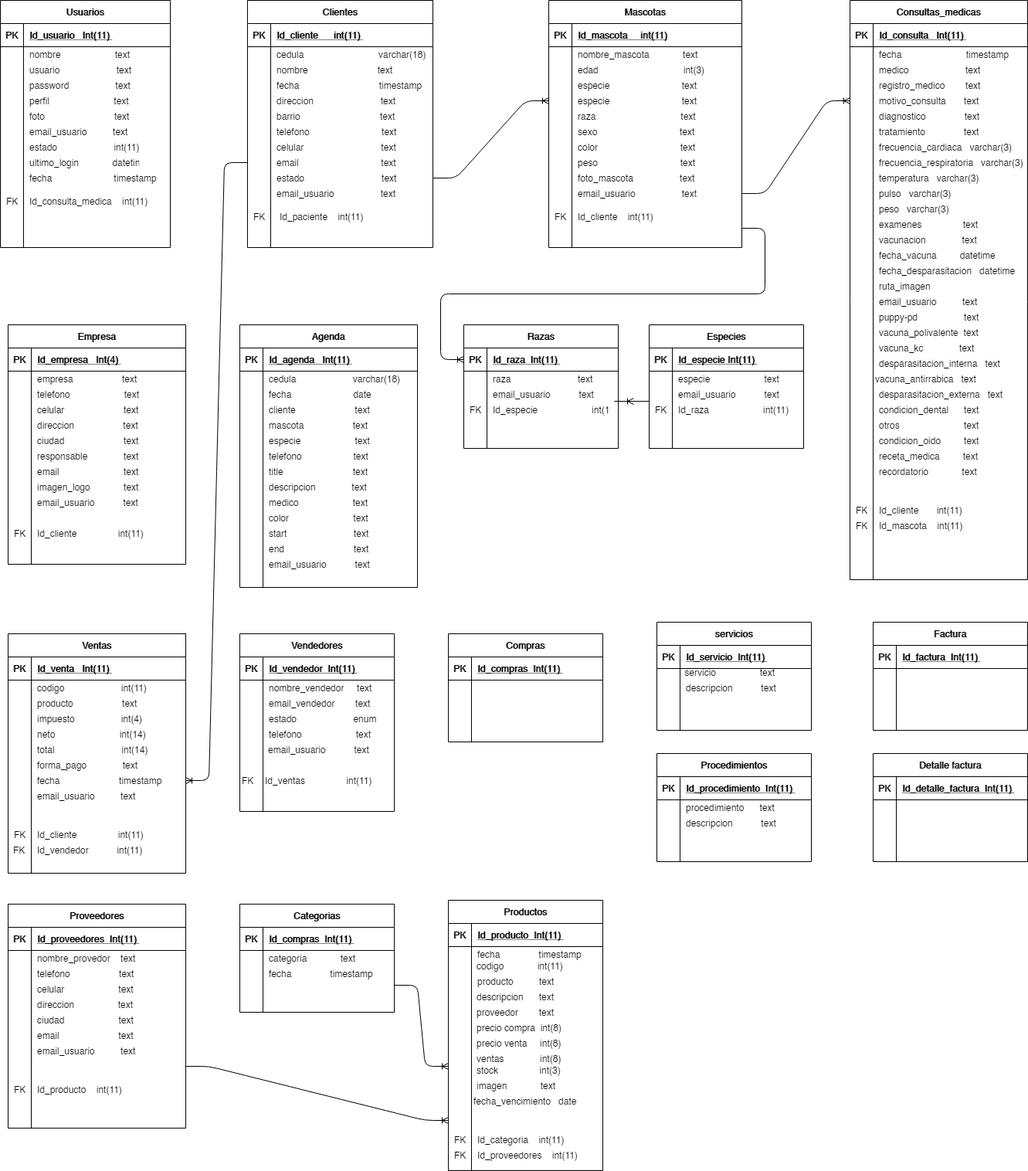
The draw.io diagram Untitled Diagram.png in heberthm/ejemplos-blog, before a commit. Source tidied: cells renumbered, new cells last; positions are measured from the earlier drawing's top-left corner, leaving out a move shared by most shapes.
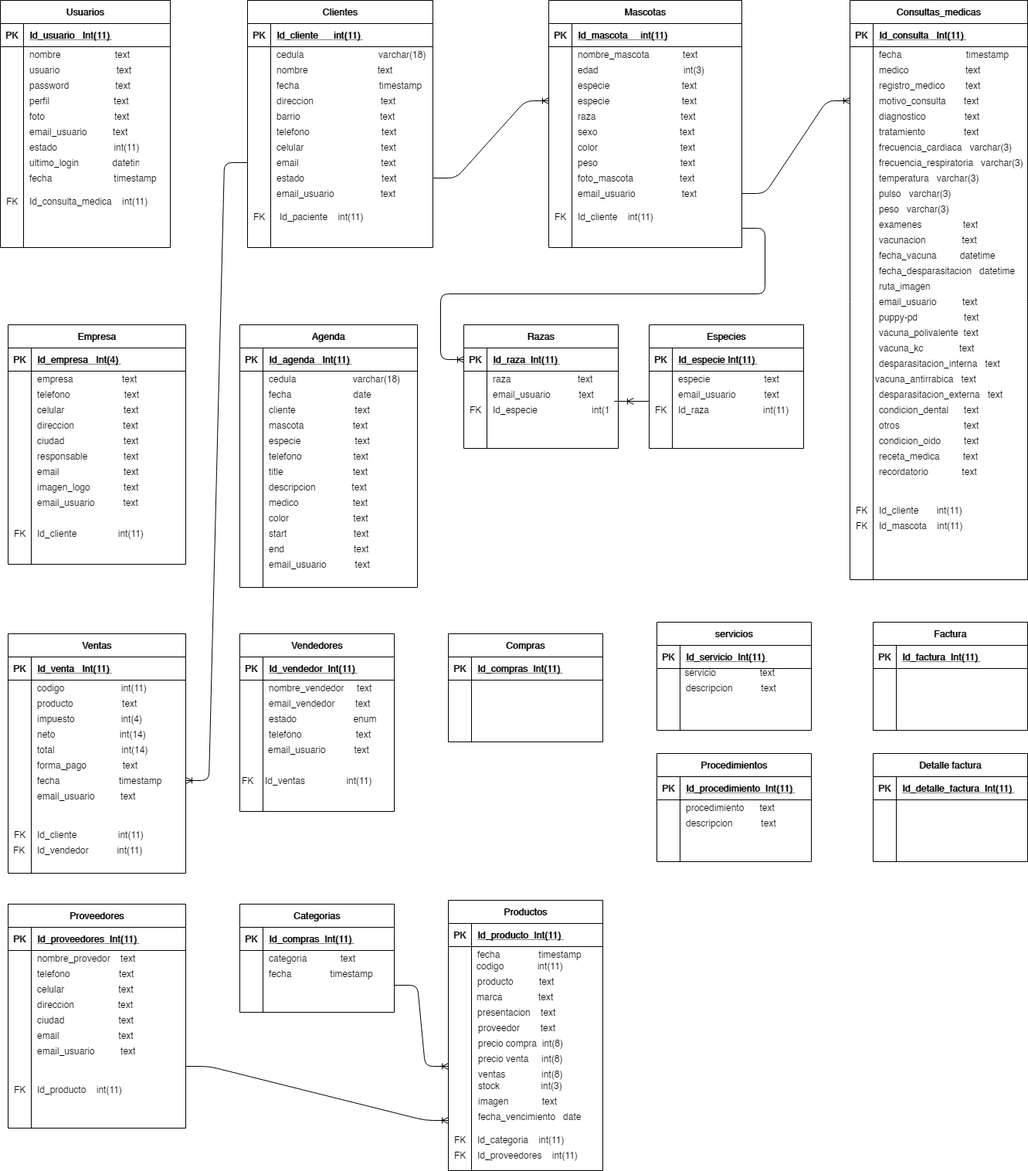
After the commit.

The edit, as a diff of the source:
```diff
@@ -997,32 +997,32 @@
     <mxCell id="331" value="codigo             int(11)" style="shape=partialRectangle;fillColor=none;top=0;left=0;bottom=0;right=0;align=left;spacingLeft=6;overflow=hidden;" parent="1" vertex="1">
       <mxGeometry x="609" y="1240" width="170" height="20" as="geometry" />
     </mxCell>
-    <mxCell id="332" value="descripcion      text" style="shape=partialRectangle;fillColor=none;top=0;left=0;bottom=0;right=0;align=left;spacingLeft=6;overflow=hidden;" parent="1" vertex="1">
+    <mxCell id="332" value="marca              text" style="shape=partialRectangle;fillColor=none;top=0;left=0;bottom=0;right=0;align=left;spacingLeft=6;overflow=hidden;" parent="1" vertex="1">
       <mxGeometry x="609" y="1280" width="170" height="20" as="geometry" />
     </mxCell>
     <mxCell id="333" value="proveedor        text" style="shape=partialRectangle;fillColor=none;top=0;left=0;bottom=0;right=0;align=left;spacingLeft=6;overflow=hidden;" parent="1" vertex="1">
-      <mxGeometry x="609" y="1300" width="170" height="20" as="geometry" />
+      <mxGeometry x="611" y="1320" width="170" height="20" as="geometry" />
     </mxCell>
     <mxCell id="334" value="precio compra  int(8)" style="shape=partialRectangle;fillColor=none;top=0;left=0;bottom=0;right=0;align=left;spacingLeft=6;overflow=hidden;" parent="1" vertex="1">
-      <mxGeometry x="609" y="1320" width="170" height="20" as="geometry" />
+      <mxGeometry x="611" y="1340" width="170" height="20" as="geometry" />
     </mxCell>
     <mxCell id="335" value="precio venta     int(8)" style="shape=partialRectangle;fillColor=none;top=0;left=0;bottom=0;right=0;align=left;spacingLeft=6;overflow=hidden;" parent="1" vertex="1">
-      <mxGeometry x="609" y="1340" width="170" height="20" as="geometry" />
+      <mxGeometry x="611" y="1360" width="170" height="20" as="geometry" />
     </mxCell>
     <mxCell id="336" value="producto          text" style="shape=partialRectangle;fillColor=none;top=0;left=0;bottom=0;right=0;align=left;spacingLeft=6;overflow=hidden;" parent="1" vertex="1">
       <mxGeometry x="610" y="1260" width="170" height="20" as="geometry" />
     </mxCell>
     <mxCell id="337" value="stock                int(3)" style="shape=partialRectangle;fillColor=none;top=0;left=0;bottom=0;right=0;align=left;spacingLeft=6;overflow=hidden;" parent="1" vertex="1">
-      <mxGeometry x="609" y="1375" width="170" height="20" as="geometry" />
+      <mxGeometry x="611" y="1395" width="170" height="20" as="geometry" />
     </mxCell>
     <mxCell id="338" value="imagen             text" style="shape=partialRectangle;fillColor=none;top=0;left=0;bottom=0;right=0;align=left;spacingLeft=6;overflow=hidden;" parent="1" vertex="1">
-      <mxGeometry x="609" y="1395" width="170" height="20" as="geometry" />
+      <mxGeometry x="611" y="1415" width="170" height="20" as="geometry" />
     </mxCell>
     <mxCell id="339" value="ventas              int(8)" style="shape=partialRectangle;fillColor=none;top=0;left=0;bottom=0;right=0;align=left;spacingLeft=6;overflow=hidden;" parent="1" vertex="1">
-      <mxGeometry x="609" y="1360" width="170" height="20" as="geometry" />
+      <mxGeometry x="611" y="1380" width="170" height="20" as="geometry" />
     </mxCell>
     <mxCell id="340" value="fecha_vencimiento   date" style="shape=partialRectangle;fillColor=none;top=0;left=0;bottom=0;right=0;align=left;spacingLeft=6;overflow=hidden;" parent="1" vertex="1">
-      <mxGeometry x="605" y="1415" width="170" height="20" as="geometry" />
+      <mxGeometry x="611" y="1435" width="170" height="20" as="geometry" />
     </mxCell>
     <mxCell id="341" value="Id_producto    int(11)" style="shape=partialRectangle;fillColor=none;top=0;left=0;bottom=0;right=0;align=left;spacingLeft=6;overflow=hidden;" parent="1" vertex="1">
       <mxGeometry x="40" y="1400" width="170" height="20" as="geometry" />
@@ -1095,5 +1095,8 @@
     <mxCell id="362" value="descripcion           text" style="shape=partialRectangle;fillColor=none;top=0;left=0;bottom=0;right=0;align=left;spacingLeft=6;overflow=hidden;" parent="1" vertex="1">
       <mxGeometry x="880" y="1055" width="170" height="20" as="geometry" />
     </mxCell>
+    <mxCell id="363" value="presentacion    text" style="shape=partialRectangle;fillColor=none;top=0;left=0;bottom=0;right=0;align=left;spacingLeft=6;overflow=hidden;" parent="1" vertex="1">
+      <mxGeometry x="610" y="1300" width="170" height="20" as="geometry" />
+    </mxCell>
   </root>
 </mxGraphModel>
```
